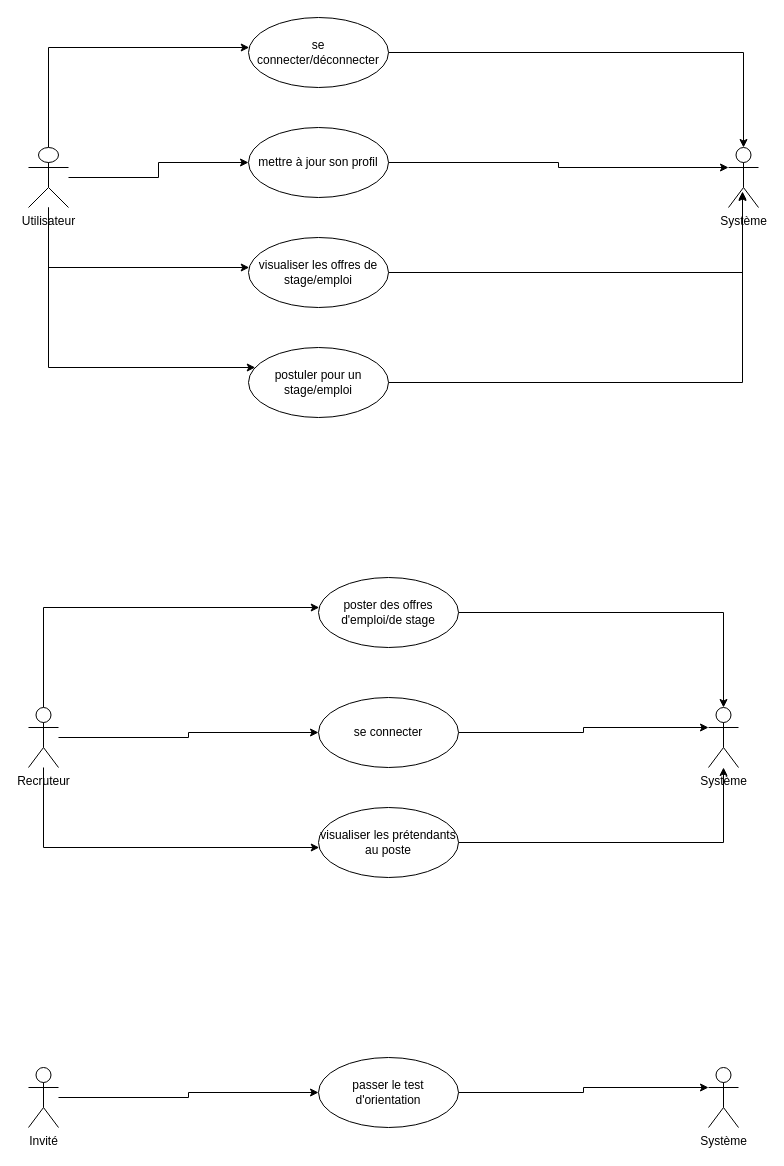
Earlier version of the draw.io diagram diagramme de cas d'utilisation.drawio (baraSarr/ProjetTuto). Source tidied: cells renumbered, new cells numbered last; positions are measured from the earlier drawing's top-left corner, leaving out a move shared by most shapes. Both pictures are drawn from the tidied source at 100%, with x=0, y=0 at pixel (28, 17).
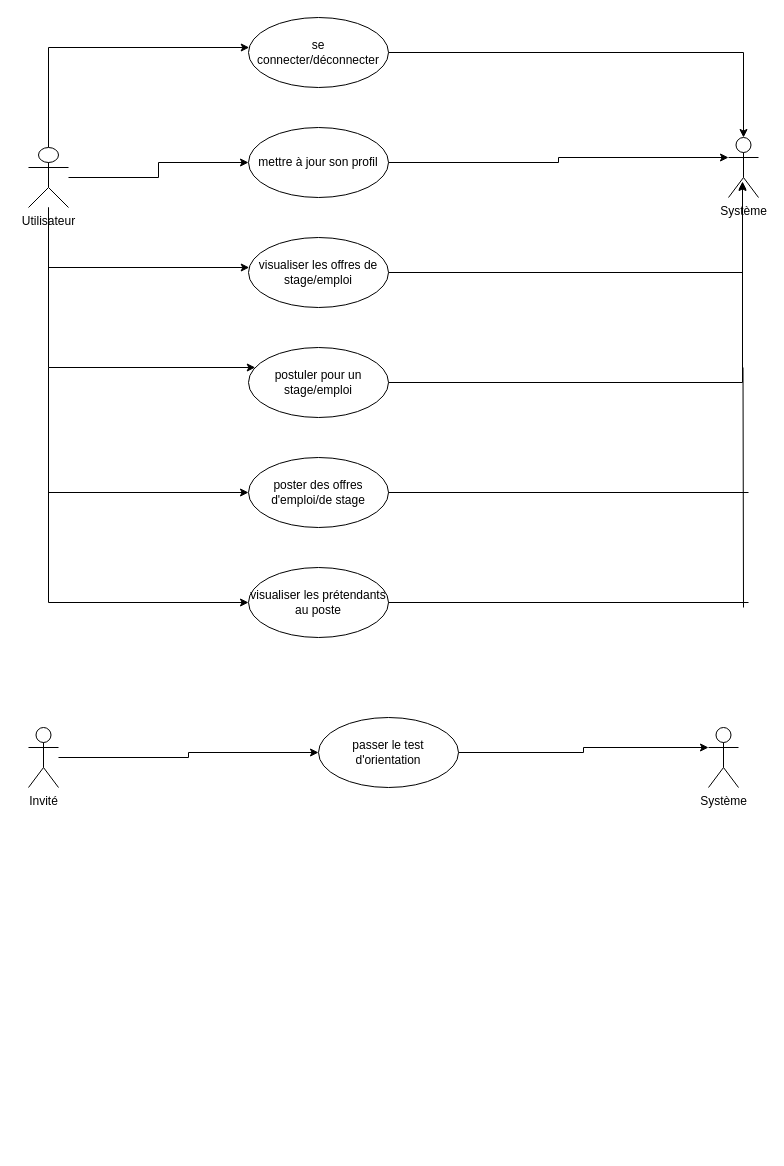
The same page after the edit.

The edit, as a diff of the source:
```diff
@@
     <mxCell id="13" value="Système" style="shape=umlActor;verticalLabelPosition=bottom;verticalAlign=top;html=1;" parent="1" vertex="1">
-      <mxGeometry x="700" y="130" width="30" height="60" as="geometry" />
+      <mxGeometry x="700" y="120" width="30" height="60" as="geometry" />
     </mxCell>
@@
-    <mxCell id="16" style="edgeStyle=orthogonalEdgeStyle;rounded=0;jettySize=auto;html=1;" parent="1" edge="1" source="19" target="21">
-      <mxGeometry relative="1" as="geometry">
-        <Array as="points">
-          <mxPoint x="15" y="590" />
-        </Array>
-      </mxGeometry>
-    </mxCell>
-    <mxCell id="17" style="edgeStyle=orthogonalEdgeStyle;rounded=0;jettySize=auto;html=1;entryX=0;entryY=0.5;entryDx=0;entryDy=0;" parent="1" edge="1" source="19" target="23">
-      <mxGeometry relative="1" as="geometry" />
-    </mxCell>
-    <mxCell id="18" style="edgeStyle=orthogonalEdgeStyle;rounded=0;jettySize=auto;html=1;" parent="1" edge="1" source="19" target="25">
-      <mxGeometry relative="1" as="geometry">
-        <Array as="points">
-          <mxPoint x="15" y="830" />
-        </Array>
-      </mxGeometry>
-    </mxCell>
-    <mxCell id="19" value="Recruteur" style="shape=umlActor;verticalLabelPosition=bottom;verticalAlign=top;html=1;" parent="1" vertex="1">
-      <mxGeometry y="690" width="30" height="60" as="geometry" />
-    </mxCell>
-    <mxCell id="20" style="edgeStyle=orthogonalEdgeStyle;rounded=0;jettySize=auto;html=1;entryX=0.5;entryY=0;entryDx=0;entryDy=0;entryPerimeter=0;" parent="1" edge="1" source="21" target="26">
-      <mxGeometry relative="1" as="geometry" />
-    </mxCell>
     <mxCell id="21" value="poster des offres d'emploi/de stage" style="ellipse;whiteSpace=wrap;html=1;" parent="1" vertex="1">
-      <mxGeometry x="290" y="560" width="140" height="70" as="geometry" />
+      <mxGeometry x="220" y="440" width="140" height="70" as="geometry" />
     </mxCell>
-    <mxCell id="22" style="edgeStyle=orthogonalEdgeStyle;rounded=0;jettySize=auto;html=1;entryX=0;entryY=0.3333333333333333;entryDx=0;entryDy=0;entryPerimeter=0;" parent="1" edge="1" source="23" target="26">
-      <mxGeometry relative="1" as="geometry" />
-    </mxCell>
-    <mxCell id="23" value="se connecter" style="ellipse;whiteSpace=wrap;html=1;" parent="1" vertex="1">
-      <mxGeometry x="290" y="680" width="140" height="70" as="geometry" />
-    </mxCell>
-    <mxCell id="24" style="edgeStyle=orthogonalEdgeStyle;rounded=0;jettySize=auto;html=1;" parent="1" edge="1" source="25" target="26">
-      <mxGeometry relative="1" as="geometry" />
-    </mxCell>
     <mxCell id="25" value="visualiser les prétendants au poste" style="ellipse;whiteSpace=wrap;html=1;" parent="1" vertex="1">
-      <mxGeometry x="290" y="790" width="140" height="70" as="geometry" />
+      <mxGeometry x="220" y="550" width="140" height="70" as="geometry" />
     </mxCell>
-    <mxCell id="26" value="Système" style="shape=umlActor;verticalLabelPosition=bottom;verticalAlign=top;html=1;" parent="1" vertex="1">
-      <mxGeometry x="680" y="690" width="30" height="60" as="geometry" />
-    </mxCell>
@@
     <mxCell id="28" value="Invité" style="shape=umlActor;verticalLabelPosition=bottom;verticalAlign=top;html=1;" parent="1" vertex="1">
-      <mxGeometry y="1050" width="30" height="60" as="geometry" />
+      <mxGeometry y="710" width="30" height="60" as="geometry" />
     </mxCell>
@@
     <mxCell id="30" value="passer le test d'orientation" style="ellipse;whiteSpace=wrap;html=1;" parent="1" vertex="1">
-      <mxGeometry x="290" y="1040" width="140" height="70" as="geometry" />
+      <mxGeometry x="290" y="700" width="140" height="70" as="geometry" />
     </mxCell>
     <mxCell id="31" value="Système" style="shape=umlActor;verticalLabelPosition=bottom;verticalAlign=top;html=1;" parent="1" vertex="1">
-      <mxGeometry x="680" y="1050" width="30" height="60" as="geometry" />
+      <mxGeometry x="680" y="710" width="30" height="60" as="geometry" />
     </mxCell>
+    <mxCell id="32" style="endArrow=classic;html=1;rounded=0;entryX=0;entryY=0.5;entryDx=0;entryDy=0;" parent="1" edge="1" target="21">
+      <mxGeometry relative="1" as="geometry">
+        <mxPoint x="20" y="350" as="sourcePoint" />
+        <Array as="points">
+          <mxPoint x="20" y="475" />
+        </Array>
+      </mxGeometry>
+    </mxCell>
+    <mxCell id="33" style="endArrow=classic;html=1;rounded=0;entryX=0;entryY=0.5;entryDx=0;entryDy=0;" parent="1" edge="1" target="25">
+      <mxGeometry relative="1" as="geometry">
+        <mxPoint x="20" y="470" as="sourcePoint" />
+        <Array as="points">
+          <mxPoint x="20" y="585" />
+        </Array>
+      </mxGeometry>
+    </mxCell>
+    <mxCell id="34" style="endArrow=none;html=1;rounded=0;" parent="1" edge="1">
+      <mxGeometry relative="1" as="geometry">
+        <mxPoint x="715" y="590" as="sourcePoint" />
+        <mxPoint x="714.5" y="350" as="targetPoint" />
+      </mxGeometry>
+    </mxCell>
+    <mxCell id="35" style="endArrow=none;html=1;rounded=0;exitX=1;exitY=0.5;exitDx=0;exitDy=0;" parent="1" edge="1" source="21">
+      <mxGeometry relative="1" as="geometry">
+        <mxPoint x="720" y="475" as="targetPoint" />
+      </mxGeometry>
+    </mxCell>
+    <mxCell id="36" style="endArrow=none;html=1;rounded=0;exitX=1;exitY=0.5;exitDx=0;exitDy=0;" parent="1" edge="1" source="25">
+      <mxGeometry relative="1" as="geometry">
+        <mxPoint x="720" y="585" as="targetPoint" />
+      </mxGeometry>
+    </mxCell>
```
